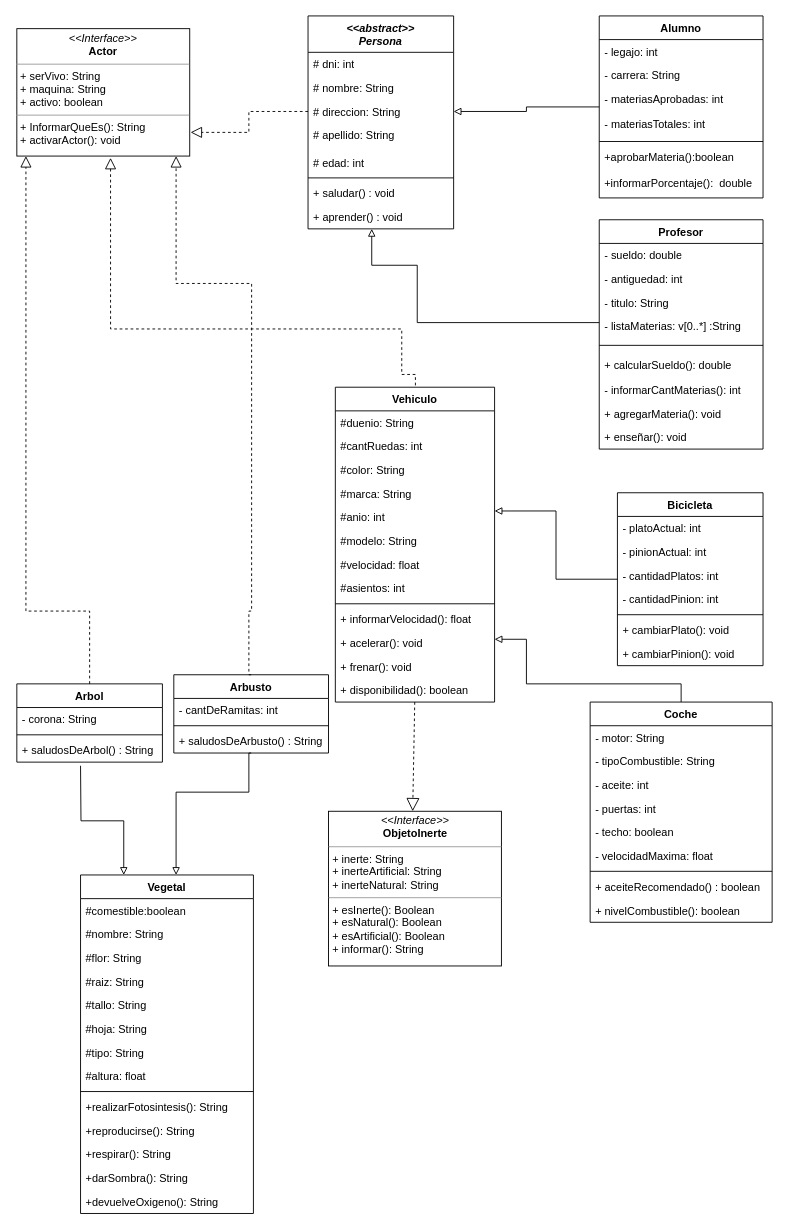
Above: Untitled Diagram.drawio in alex90o/DiagramaDeClasesTpDigit (draw.io), before the change. Source tidied: cells renumbered, new cells numbered last; positions are measured from the earlier drawing's top-left corner, leaving out a move shared by most shapes. Both pictures are drawn from the tidied source at 91%, with x=0, y=0 at pixel (16, 15).
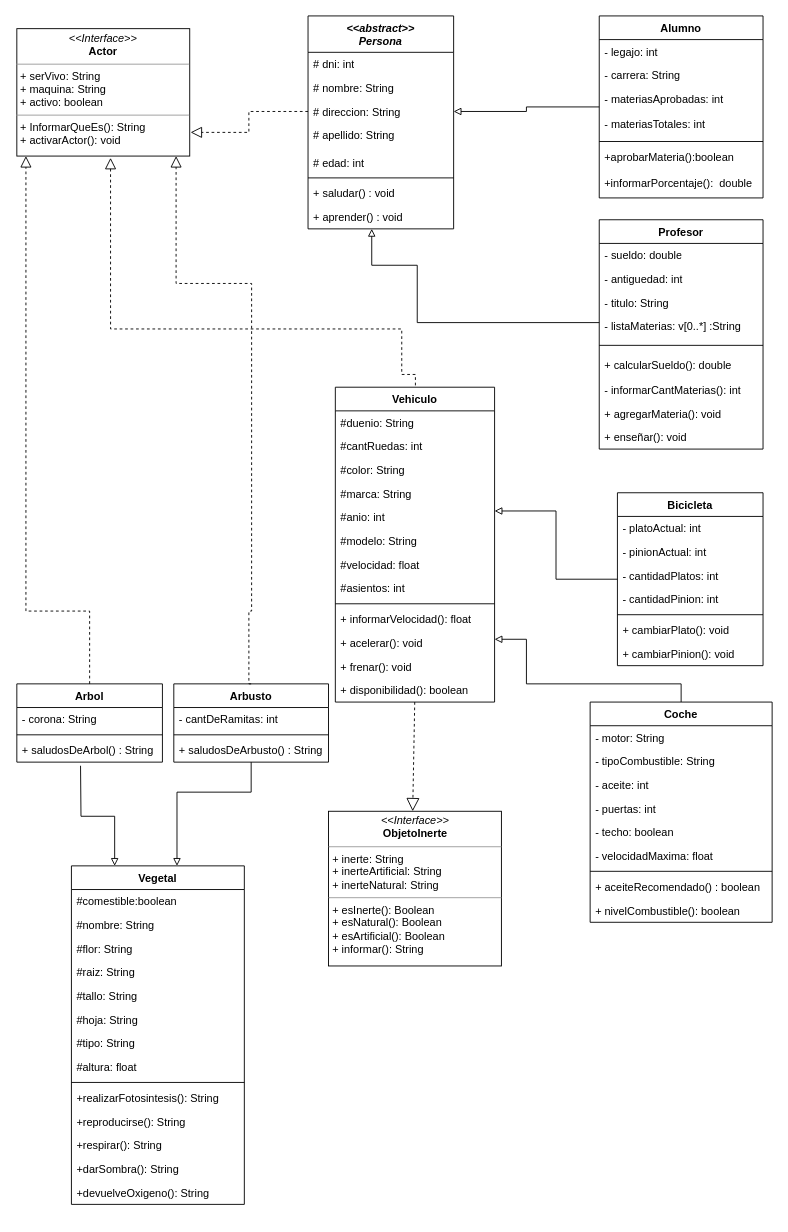
After the change.

Diff of the diagram source:
```diff
@@
     <mxCell id="69" value="Vegetal" style="swimlane;fontStyle=1;align=center;verticalAlign=top;horizontal=1;startSize=26;" parent="1" vertex="1">
-      <mxGeometry x="70" y="944" width="190" height="372" as="geometry" />
+      <mxGeometry x="60" y="934" width="190" height="372" as="geometry" />
     </mxCell>
@@
     <mxCell id="88" value="Arbusto" style="swimlane;fontStyle=1;align=center;verticalAlign=top;horizontal=1;startSize=26;" parent="1" vertex="1">
-      <mxGeometry x="172.5" y="724" width="170" height="86" as="geometry" />
+      <mxGeometry x="172.5" y="734" width="170" height="86" as="geometry" />
     </mxCell>
@@
-    <mxCell id="93" style="edgeStyle=orthogonalEdgeStyle;rounded=0;jettySize=auto;html=1;entryX=0.25;entryY=0;entryDx=0;entryDy=0;endArrow=block;endFill=0;exitX=0.5;exitY=1;exitDx=0;exitDy=0;" parent="1" edge="1" source="88">
+    <mxCell id="93" style="edgeStyle=orthogonalEdgeStyle;rounded=0;jettySize=auto;html=1;endArrow=block;endFill=0;exitX=0.5;exitY=1;exitDx=0;exitDy=0;" parent="1" edge="1" source="88">
       <mxGeometry relative="1" as="geometry">
-        <mxPoint x="175" y="944" as="targetPoint" />
+        <mxPoint x="176" y="934" as="targetPoint" />
         <Array as="points">
-          <mxPoint x="255" y="853" />
-          <mxPoint x="175" y="853" />
+          <mxPoint x="258" y="853" />
+          <mxPoint x="176" y="853" />
         </Array>
       </mxGeometry>
     </mxCell>
```
